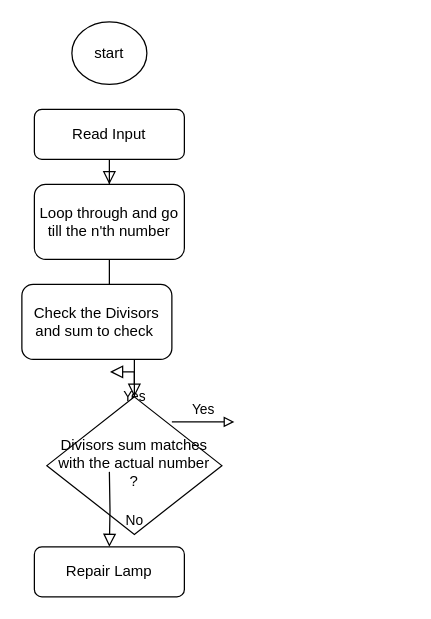
The draw.io diagram Untitled Diagram.drawio in abdullahmiraz/c-sharp-diagrams, before the edit. Source tidied: cells renumbered, new cells numbered last; positions are measured from the earlier drawing's top-left corner, leaving out a move shared by most shapes. Both pictures are drawn from the tidied source at 125%, with x=0, y=0 at pixel (21, 21).
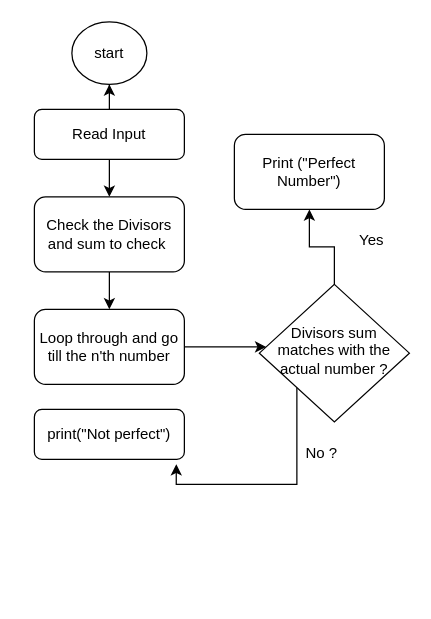
After the change.

Unchanged cells that the change refers to:
```xml
<mxCell id="3" value="Read Input" style="rounded=1;whiteSpace=wrap;html=1;fontSize=12;glass=0;strokeWidth=1;shadow=0;" parent="1" vertex="1">
  <mxGeometry x="10" y="70" width="120" height="40" as="geometry" />
</mxCell>
<mxCell id="9" value="start" style="ellipse;whiteSpace=wrap;html=1;" parent="1" vertex="1">
  <mxGeometry x="40" width="60" height="50" as="geometry" />
</mxCell>
```

Diff of the diagram source:
```diff
@@
-    <mxCell id="2" style="rounded=0;html=1;jettySize=auto;fontSize=11;endArrow=block;endFill=0;endSize=8;strokeWidth=1;shadow=0;labelBackgroundColor=none;edgeStyle=orthogonalEdgeStyle;" parent="1" edge="1" source="12" target="5">
-      <mxGeometry relative="1" as="geometry" />
-    </mxCell>
+    <mxCell id="13" style="edgeStyle=orthogonalEdgeStyle;rounded=0;jettySize=auto;html=1;" parent="1" edge="1" source="3" target="9">
+      <mxGeometry relative="1" as="geometry" />
+    </mxCell>
+    <mxCell id="14" style="edgeStyle=orthogonalEdgeStyle;rounded=0;jettySize=auto;html=1;" parent="1" edge="1" source="3" target="10">
+      <mxGeometry relative="1" as="geometry" />
+    </mxCell>
@@
-    <mxCell id="4" value="Yes" style="rounded=0;html=1;jettySize=auto;fontSize=11;endArrow=block;endFill=0;endSize=8;strokeWidth=1;shadow=0;labelBackgroundColor=none;edgeStyle=orthogonalEdgeStyle;" parent="1" edge="1" source="5">
-      <mxGeometry y="20" relative="1" as="geometry">
-        <mxPoint x="70" y="280" as="targetPoint" />
-      </mxGeometry>
-    </mxCell>
+    <mxCell id="15" style="edgeStyle=orthogonalEdgeStyle;rounded=0;jettySize=auto;html=1;entryX=0.946;entryY=1.097;entryDx=0;entryDy=0;entryPerimeter=0;" parent="1" edge="1" source="5" target="8">
+      <mxGeometry relative="1" as="geometry">
+        <Array as="points">
+          <mxPoint x="220" y="370" />
+          <mxPoint x="124" y="370" />
+        </Array>
+      </mxGeometry>
+    </mxCell>
+    <mxCell id="16" style="edgeStyle=orthogonalEdgeStyle;rounded=0;jettySize=auto;html=1;" parent="1" edge="1" source="5" target="18">
+      <mxGeometry relative="1" as="geometry" />
+    </mxCell>
     <mxCell id="5" value="Divisors sum matches with the actual number ?" style="rhombus;whiteSpace=wrap;html=1;shadow=0;fontFamily=Helvetica;fontSize=12;align=center;strokeWidth=1;spacing=6;spacingTop=-4;" parent="1" vertex="1">
-      <mxGeometry x="20" y="300" width="140" height="110" as="geometry" />
+      <mxGeometry x="190" y="210" width="120" height="110" as="geometry" />
     </mxCell>
-    <mxCell id="6" value="No" style="rounded=0;html=1;jettySize=auto;fontSize=11;endArrow=block;endFill=0;endSize=8;strokeWidth=1;shadow=0;labelBackgroundColor=none;edgeStyle=orthogonalEdgeStyle;" parent="1" edge="1" target="8">
-      <mxGeometry x="0.33" y="20" relative="1" as="geometry">
-        <mxPoint x="70" y="360" as="sourcePoint" />
-      </mxGeometry>
-    </mxCell>
-    <mxCell id="7" value="Yes" style="edgeStyle=orthogonalEdgeStyle;rounded=0;html=1;jettySize=auto;orthogonalLoop=1;fontSize=11;endArrow=block;endFill=0;strokeWidth=1;shadow=0;labelBackgroundColor=none;" parent="1" edge="1">
-      <mxGeometry y="10" relative="1" as="geometry">
-        <mxPoint x="120" y="320" as="sourcePoint" />
-        <mxPoint x="170" y="320" as="targetPoint" />
-      </mxGeometry>
-    </mxCell>
-    <mxCell id="8" value="Repair Lamp" style="rounded=1;whiteSpace=wrap;html=1;fontSize=12;glass=0;strokeWidth=1;shadow=0;" parent="1" vertex="1">
-      <mxGeometry x="10" y="420" width="120" height="40" as="geometry" />
+    <mxCell id="8" value="print(&quot;Not perfect&quot;)" style="rounded=1;whiteSpace=wrap;html=1;fontSize=12;glass=0;strokeWidth=1;shadow=0;" parent="1" vertex="1">
+      <mxGeometry x="10" y="310" width="120" height="40" as="geometry" />
     </mxCell>
@@
+    <mxCell id="17" style="edgeStyle=orthogonalEdgeStyle;rounded=0;jettySize=auto;html=1;" parent="1" edge="1" source="10" target="12">
+      <mxGeometry relative="1" as="geometry" />
+    </mxCell>
     <mxCell id="10" value="Check the Divisors and sum to check&amp;nbsp;" style="rounded=1;whiteSpace=wrap;html=1;" parent="1" vertex="1">
-      <mxGeometry y="210" width="120" height="60" as="geometry" />
+      <mxGeometry x="10" y="140" width="120" height="60" as="geometry" />
     </mxCell>
-    <mxCell id="11" style="rounded=0;html=1;jettySize=auto;fontSize=11;endArrow=block;endFill=0;endSize=8;strokeWidth=1;shadow=0;labelBackgroundColor=none;edgeStyle=orthogonalEdgeStyle;" parent="1" edge="1" source="3" target="12">
-      <mxGeometry relative="1" as="geometry" />
-    </mxCell>
+    <mxCell id="2" style="edgeStyle=orthogonalEdgeStyle;rounded=0;jettySize=auto;html=1;" parent="1" edge="1" source="12" target="5">
+      <mxGeometry relative="1" as="geometry">
+        <Array as="points">
+          <mxPoint x="210" y="250" />
+          <mxPoint x="210" y="250" />
+        </Array>
+      </mxGeometry>
+    </mxCell>
     <mxCell id="12" value="Loop through and go till the n'th number" style="rounded=1;whiteSpace=wrap;html=1;" parent="1" vertex="1">
-      <mxGeometry x="10" y="130" width="120" height="60" as="geometry" />
+      <mxGeometry x="10" y="230" width="120" height="60" as="geometry" />
     </mxCell>
+    <mxCell id="18" value="Print (&quot;Perfect Number&quot;)" style="rounded=1;whiteSpace=wrap;html=1;" parent="1" vertex="1">
+      <mxGeometry x="170" y="90" width="120" height="60" as="geometry" />
+    </mxCell>
+    <mxCell id="19" value="No ?" style="text;strokeColor=none;align=center;fillColor=none;html=1;verticalAlign=middle;whiteSpace=wrap;rounded=0;" parent="1" vertex="1">
+      <mxGeometry x="210" y="330" width="60" height="30" as="geometry" />
+    </mxCell>
+    <mxCell id="20" value="Yes" style="text;strokeColor=none;align=center;fillColor=none;html=1;verticalAlign=middle;whiteSpace=wrap;rounded=0;" parent="1" vertex="1">
+      <mxGeometry x="250" y="160" width="60" height="30" as="geometry" />
+    </mxCell>
```
